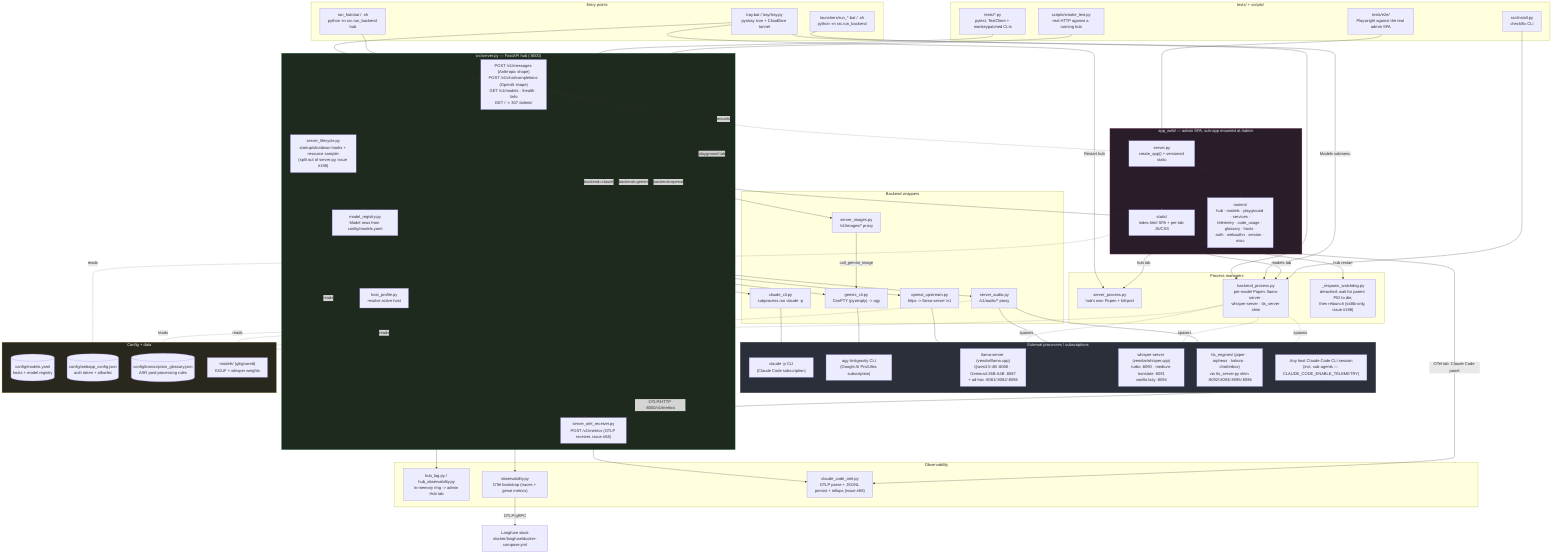
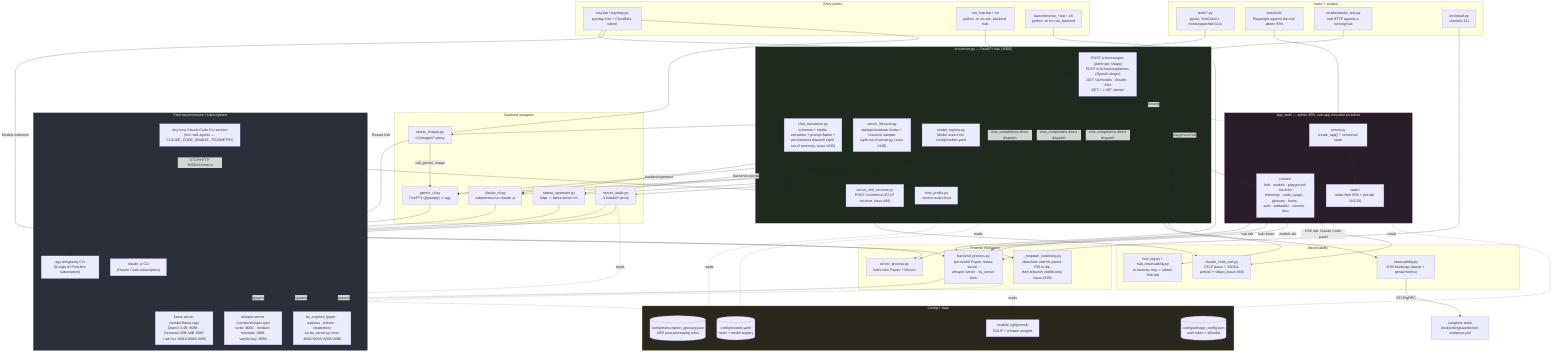
%% docs/architecture.mmd — local-llm-hub's own internal structure.
%% Hand-authored, not generated — companion to the fleet-wide convention in
%% ferraroroberto/fleet-config#256 (see that repo's own docs/architecture.mmd
%% for the reference dogfood). This is deliberately smaller than
%% docs/project-structure.md's three detailed diagrams (component/module/
%% sequence) — it's the one-glance map; project-structure.md stays the deep
%% reference. Update this diagram in the same PR as any material structural
%% change (a backend added/removed, a router moved, a process manager
%% relocated) — same anti-staleness contract as this repo's own `.fleet.toml`
%% `description` field.

flowchart TB
  subgraph entry["Entry points"]
    TRAY["tray.bat / tray/tray.py\npystray icon + Cloudflare tunnel"]
    RUNHUB["run_hub.bat / .sh\npython -m src.run_backend hub"]
    RUNMODEL["launchers/run_*.bat / .sh\npython -m src.run_backend <model_id>"]
  end

  subgraph core["src/server.py — FastAPI hub (:8000)"]
    SRV["POST /v1/messages (Anthropic shape)\nPOST /v1/chat/completions (OpenAI shape)\nGET /v1/models · /health · /info\nGET / -> 307 /admin/"]
+     CHATT["chat_translation.py\nschemas + media extraction + prompt flatten +\nper-backend dispatch (split out of server.py, issue #245)"]
    LIFECYCLE["server_lifecycle.py\nstartup/shutdown hooks + resource sampler\n(split out of server.py, issue #198)"]
    REG["model_registry.py\nModel rows from config/models.yaml"]
    HOSTP["host_profile.py\nresolve active host"]
    OTELRECV["server_otel_receiver.py\nPOST /v1/metrics (OTLP receiver, issue #68)"]
  end
  TRAY --> SRV
  RUNHUB --> SRV
+   SRV --> CHATT
  SRV --> LIFECYCLE
  SRV --> REG
  REG --> HOSTP

  subgraph routing["Backend wrappers"]
    CLAUDECLI["claude_cli.py\nsubprocess.run claude -p"]
    GEMINICLI["gemini_cli.py\nConPTY (pywinpty) -> agy"]
    OAIUP["openai_upstream.py\nhttpx -> llama-server /v1"]
    AUDIOR["server_audio.py\n/v1/audio/* proxy"]
    IMAGESR["server_images.py\n/v1/images/* proxy"]
  end
-   SRV -->|backend=claude| CLAUDECLI
-   SRV -->|backend=gemini| GEMINICLI
-   SRV -->|backend=openai| OAIUP
+   CHATT -->|backend=claude| CLAUDECLI
+   CHATT -->|backend=gemini| GEMINICLI
+   CHATT -->|backend=openai| OAIUP
+   SRV -->|chat_completions direct dispatch| CLAUDECLI
+   SRV -->|chat_completions direct dispatch| GEMINICLI
+   SRV -->|chat_completions direct dispatch| OAIUP
  SRV --> AUDIOR
  SRV --> IMAGESR
  SRV --> OTELRECV
  IMAGESR -->|call_gemini_image| GEMINICLI

  subgraph procmgr["Process managers"]
    SERVPROC["server_process.py\nhub's own Popen + kill-port"]
    BACKPROC["backend_process.py\nper-model Popen: llama-server ·\nwhisper-server · tts_server shim"]
    WATCHDOG["_respawn_watchdog.py\ndetached: wait for parent PID to die,\nthen relaunch (stdlib-only, issue #198)"]
  end
  RUNMODEL --> BACKPROC
  TRAY -->|Models submenu| BACKPROC
  TRAY -->|Restart hub| SERVPROC

  subgraph ext["External processes / subscriptions"]
    CLAUDEBIN["claude -p CLI\n(Claude Code subscription)"]
    AGYBIN["agy Antigravity CLI\n(Google AI Pro/Ultra subscription)"]
    LLAMA["llama-server (vendor/llama.cpp)\nQwen3.5-4B :8088 · Gemma4-26B-A4B :8087\n+ ad-hoc :8081/:8082/:8086"]
    WHISPER["whisper-server (vendor/whisper.cpp)\nturbo :8090 · medium-translate :8091\nvanilla lazy :8094"]
    TTS["tts_engines/ (piper · orpheus · kokoro · chatterbox)\nvia tts_server.py shim :8092/:8093/:8095/:8096"]
    CCHOST["Any host Claude Code CLI session\n(incl. sub-agents — CLAUDE_CODE_ENABLE_TELEMETRY)"]
  end
  CLAUDECLI --> CLAUDEBIN
  GEMINICLI --> AGYBIN
  OAIUP --> LLAMA
  AUDIOR --> WHISPER
  AUDIOR --> TTS
  BACKPROC -.spawns.-> LLAMA
  BACKPROC -.spawns.-> WHISPER
  BACKPROC -.spawns.-> TTS
  CCHOST -->|OTLP/HTTP :8000/v1/metrics| OTELRECV

  subgraph admin["app_web/ — admin SPA, sub-app mounted at /admin"]
    WSRV["server.py\ncreate_app() + versioned static"]
    WROUT["routers/\nhub · models · playground · services ·\ntelemetry · code_usage · glossary · hosts ·\nauth · webauthn · version · misc"]
    WSTATIC["static/\nindex.html SPA + per-tab JS/CSS"]
  end
  SRV -.mounts.-> WSRV
  WSRV --> WROUT
  WSRV --> WSTATIC
  WROUT -->|hub tab| SERVPROC
  WROUT -->|hub restart| WATCHDOG
  WROUT -->|models tab| BACKPROC
  WROUT -->|playground tab| SRV

  subgraph obs["Observability"]
    HUBLOG["hub_log.py / hub_observability.py\nin-memory ring -> admin Hub tab"]
    OTEL["observability.py\nOTel bootstrap (traces + genai metrics)"]
    CCOTEL["claude_code_otel.py\nOTLP parse + JSONL persist + rollups (issue #68)"]
  end
  SRV --> HUBLOG
  SRV --> OTEL
  OTEL -->|OTLP/gRPC| LANGFUSE["Langfuse stack\ndocker/langfuse/docker-compose.yml"]
  OTELRECV --> CCOTEL
  WROUT -->|OTel tab: Claude Code panel| CCOTEL

  subgraph cfg["Config + data"]
    MODELSYAML[("config/models.yaml\nhosts + model registry")]
    WEBCFG[("config/webapp_config.json\nauth token + allowlist")]
    GLOSSARY[("config/transcription_glossary.json\nASR post-processing rules")]
    MODELSDIR["models/ (gitignored)\nGGUF + whisper weights"]
  end
  REG -.reads.-> MODELSYAML
  HOSTP -.reads.-> MODELSYAML
  WSRV -.reads.-> WEBCFG
  AUDIOR -.reads.-> GLOSSARY
  BACKPROC -.reads.-> MODELSDIR

  subgraph tests["tests/ + scripts/"]
    UNITTESTS["tests/*.py\npytest, TestClient + monkeypatched CLIs"]
    E2E["tests/e2e/\nPlaywright against the real admin SPA"]
    SMOKE["scripts/smoke_test.py\nreal HTTP against a running hub"]
    INSTALL["src/install.py\ncheck/fix CLI"]
  end
  UNITTESTS --> SRV
  E2E --> WSRV
  SMOKE --> SRV
  INSTALL --> BACKPROC

  classDef ext fill:#2a2f3a,stroke:#555,color:#eee
  classDef hub fill:#1d2a1d,stroke:#4a7,color:#eee
  classDef ui fill:#2a1d2a,stroke:#a47,color:#eee
  classDef cfgnode fill:#2a281d,stroke:#a94,color:#eee
  class ext ext
  class core hub
  class admin ui
  class cfg cfgnode
